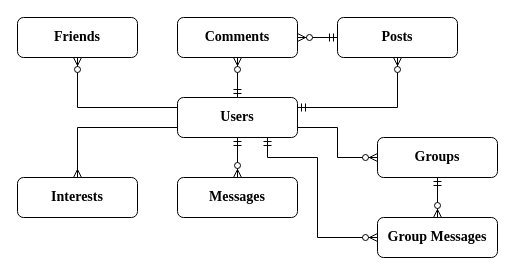
ketonBever0/fakebook keeps this draw.io diagram as docs/egyedmodell.drawio. Above is the earlier version. Source tidied: cells renumbered, new cells numbered last; positions are measured from the earlier drawing's top-left corner, leaving out a move shared by most shapes. Both pictures are drawn from the tidied source at 100%, with x=0, y=0 at pixel (17, 17).
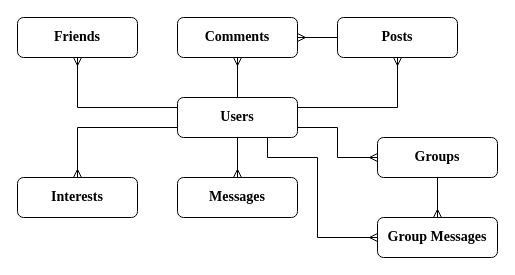
After the change.

Unchanged cells that the change refers to:
```xml
<mxCell id="2" value="Users" style="rounded=1;whiteSpace=wrap;html=1;fontStyle=1;fontFamily=Times New Roman;fontSize=14;" parent="1" vertex="1">
  <mxGeometry x="160" y="80" width="120" height="40" as="geometry" />
</mxCell>
<mxCell id="4" value="Groups" style="rounded=1;whiteSpace=wrap;html=1;fontStyle=1;fontFamily=Times New Roman;fontSize=14;" parent="1" vertex="1">
  <mxGeometry x="360" y="120" width="120" height="40" as="geometry" />
</mxCell>
<mxCell id="5" value="Messa&lt;span style=&quot;background-color: transparent; color: light-dark(rgb(0, 0, 0), rgb(255, 255, 255));&quot;&gt;ges&lt;/span&gt;" style="rounded=1;whiteSpace=wrap;html=1;fontStyle=1;fontFamily=Times New Roman;fontSize=14;direction=west;" parent="1" vertex="1">
  <mxGeometry x="160" y="160" width="120" height="40" as="geometry" />
</mxCell>
<mxCell id="6" value="Friends" style="rounded=1;whiteSpace=wrap;html=1;fontStyle=1;fontFamily=Times New Roman;fontSize=14;" parent="1" vertex="1">
  <mxGeometry width="120" height="40" as="geometry" />
</mxCell>
<mxCell id="8" value="Comments" style="rounded=1;whiteSpace=wrap;html=1;fontStyle=1;fontFamily=Times New Roman;fontSize=14;" parent="1" vertex="1">
  <mxGeometry x="160" width="120" height="40" as="geometry" />
</mxCell>
<mxCell id="10" value="Posts" style="rounded=1;whiteSpace=wrap;html=1;fontStyle=1;fontFamily=Times New Roman;fontSize=14;" parent="1" vertex="1">
  <mxGeometry x="320" width="120" height="40" as="geometry" />
</mxCell>
<mxCell id="12" value="Group Messa&lt;span style=&quot;color: light-dark(rgb(0, 0, 0), rgb(255, 255, 255)); background-color: transparent;&quot;&gt;ges&lt;/span&gt;" style="rounded=1;whiteSpace=wrap;html=1;fontStyle=1;fontFamily=Times New Roman;fontSize=14;" parent="1" vertex="1">
  <mxGeometry x="360" y="200" width="120" height="40" as="geometry" />
</mxCell>
```

What changed in the source:
```diff
@@
-    <mxCell id="3" style="endArrow=ERzeroToMany;html=1;rounded=0;exitX=1;exitY=0.75;exitDx=0;exitDy=0;" parent="1" edge="1" source="2" target="4">
+    <mxCell id="3" style="endArrow=ERmany;html=1;rounded=0;exitX=1;exitY=0.75;exitDx=0;exitDy=0;endFill=0;" parent="1" edge="1" source="2" target="4">
       <mxGeometry relative="1" as="geometry">
         <Array as="points">
           <mxPoint x="320" y="110" />
           <mxPoint x="320" y="140" />
         </Array>
       </mxGeometry>
     </mxCell>
@@
-    <mxCell id="7" style="endArrow=ERzeroToMany;html=1;rounded=0;exitX=0;exitY=0.25;exitDx=0;exitDy=0;entryX=0.5;entryY=1;entryDx=0;entryDy=0;" parent="1" edge="1" source="2" target="6">
+    <mxCell id="7" style="endArrow=ERmany;html=1;rounded=0;exitX=0;exitY=0.25;exitDx=0;exitDy=0;entryX=0.5;entryY=1;entryDx=0;entryDy=0;endFill=0;" parent="1" edge="1" source="2" target="6">
       <mxGeometry relative="1" as="geometry">
         <Array as="points">
           <mxPoint x="60" y="90" />
         </Array>
       </mxGeometry>
     </mxCell>
@@
-    <mxCell id="9" style="endArrow=ERzeroToMany;startArrow=ERmandOne;html=1;rounded=0;entryX=0.5;entryY=1;entryDx=0;entryDy=0;" parent="1" edge="1" source="2" target="8">
+    <mxCell id="9" style="endArrow=ERmany;startArrow=none;html=1;rounded=0;entryX=0.5;entryY=1;entryDx=0;entryDy=0;startFill=0;endFill=0;" parent="1" edge="1" source="2" target="8">
       <mxGeometry relative="1" as="geometry" />
     </mxCell>
@@
-    <mxCell id="11" style="endArrow=ERzeroToMany;startArrow=ERmandOne;html=1;rounded=0;exitX=0.5;exitY=1;exitDx=0;exitDy=0;entryX=0.5;entryY=0;entryDx=0;entryDy=0;" parent="1" edge="1" source="4" target="12">
+    <mxCell id="11" style="endArrow=ERmany;startArrow=none;html=1;rounded=0;exitX=0.5;exitY=1;exitDx=0;exitDy=0;entryX=0.5;entryY=0;entryDx=0;entryDy=0;startFill=0;endFill=0;" parent="1" edge="1" source="4" target="12">
       <mxGeometry relative="1" as="geometry" />
     </mxCell>
@@
-    <mxCell id="15" style="endArrow=ERzeroToMany;startArrow=ERmandOne;html=1;rounded=0;exitX=1;exitY=0.25;exitDx=0;exitDy=0;entryX=0.5;entryY=1;entryDx=0;entryDy=0;" parent="1" edge="1" source="2" target="10">
+    <mxCell id="15" style="endArrow=ERmany;startArrow=none;html=1;rounded=0;exitX=1;exitY=0.25;exitDx=0;exitDy=0;entryX=0.5;entryY=1;entryDx=0;entryDy=0;startFill=0;endFill=0;" parent="1" edge="1" source="2" target="10">
       <mxGeometry relative="1" as="geometry">
         <Array as="points">
           <mxPoint x="380" y="90" />
         </Array>
       </mxGeometry>
     </mxCell>
-    <mxCell id="16" style="endArrow=ERzeroToMany;startArrow=ERmandOne;html=1;rounded=0;exitX=0;exitY=0.5;exitDx=0;exitDy=0;entryX=1;entryY=0.5;entryDx=0;entryDy=0;" parent="1" edge="1" source="10" target="8">
+    <mxCell id="16" style="endArrow=ERmany;startArrow=none;html=1;rounded=0;exitX=0;exitY=0.5;exitDx=0;exitDy=0;entryX=1;entryY=0.5;entryDx=0;entryDy=0;startFill=0;endFill=0;" parent="1" edge="1" source="10" target="8">
       <mxGeometry relative="1" as="geometry" />
     </mxCell>
-    <mxCell id="17" style="endArrow=ERzeroToMany;startArrow=ERmandOne;html=1;rounded=0;" parent="1" edge="1" source="2" target="5">
+    <mxCell id="17" style="endArrow=ERmany;startArrow=none;html=1;rounded=0;startFill=0;endFill=0;" parent="1" edge="1" source="2" target="5">
       <mxGeometry relative="1" as="geometry" />
     </mxCell>
-    <mxCell id="18" style="endArrow=ERzeroToMany;startArrow=ERmandOne;html=1;rounded=0;exitX=0.75;exitY=1;exitDx=0;exitDy=0;entryX=0;entryY=0.5;entryDx=0;entryDy=0;" parent="1" edge="1" source="2" target="12">
+    <mxCell id="18" style="endArrow=ERmany;startArrow=none;html=1;rounded=0;exitX=0.75;exitY=1;exitDx=0;exitDy=0;entryX=0;entryY=0.5;entryDx=0;entryDy=0;startFill=0;endFill=0;" parent="1" edge="1" source="2" target="12">
       <mxGeometry relative="1" as="geometry">
         <Array as="points">
           <mxPoint x="250" y="140" />
           <mxPoint x="300" y="140" />
           <mxPoint x="300" y="220" />
         </Array>
       </mxGeometry>
     </mxCell>
```
